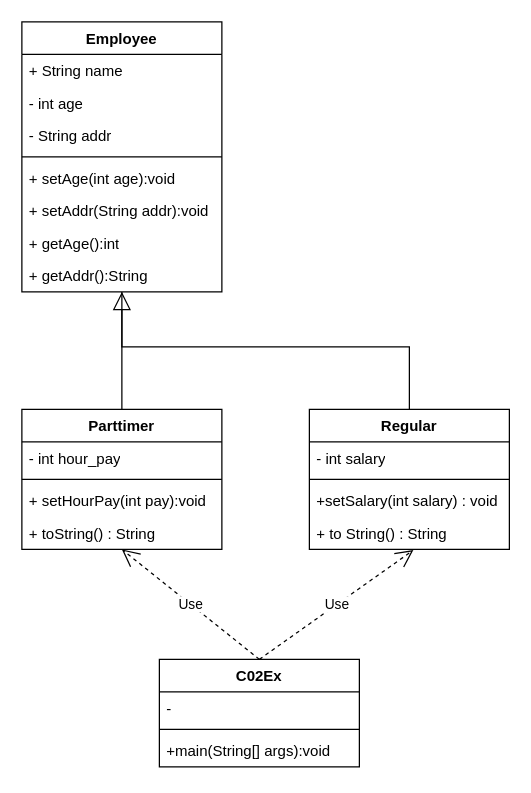
daemin123/first-pj keeps this draw.io diagram as src/Ch12Ex/C02Ex.drawio. Above is the earlier version. Source tidied: cells renumbered, new cells numbered last; positions are measured from the earlier drawing's top-left corner, leaving out a move shared by most shapes. Both pictures are drawn from the tidied source at 125%, with x=0, y=0 at pixel (21, 21).
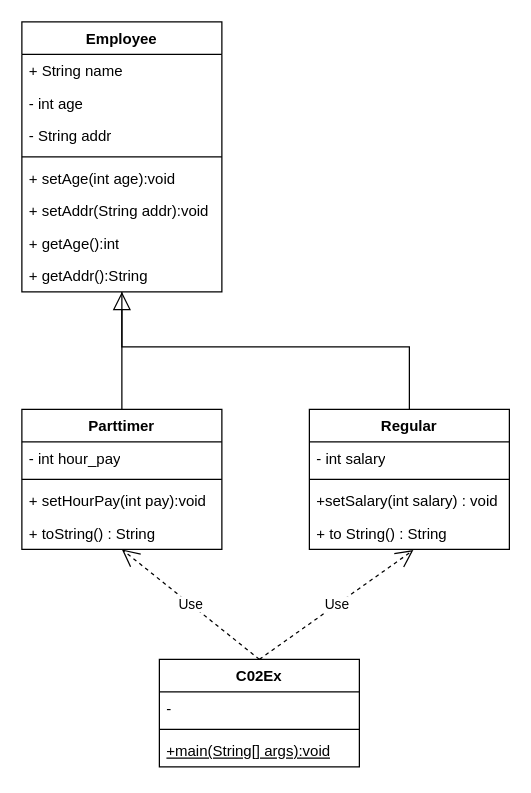
Above is the later version.

The change refers to these unchanged cells:
```xml
<mxCell id="23" value="C02Ex" style="swimlane;fontStyle=1;align=center;verticalAlign=top;horizontal=1;startSize=26;whiteSpace=wrap;html=1;" parent="1" vertex="1">
  <mxGeometry x="110" y="510" width="160" height="86" as="geometry" />
</mxCell>
```

Change to the diagram source:
```diff
@@
-    <mxCell id="26" value="+main(String[] args):void" style="text;strokeColor=none;fillColor=none;align=left;verticalAlign=top;spacingLeft=4;spacingRight=4;overflow=hidden;whiteSpace=wrap;html=1;" parent="23" vertex="1">
+    <mxCell id="26" value="&lt;u&gt;+main(String[] args):void&lt;/u&gt;" style="text;strokeColor=none;fillColor=none;align=left;verticalAlign=top;spacingLeft=4;spacingRight=4;overflow=hidden;whiteSpace=wrap;html=1;" parent="23" vertex="1">
       <mxGeometry y="60" width="160" height="26" as="geometry" />
     </mxCell>
```
